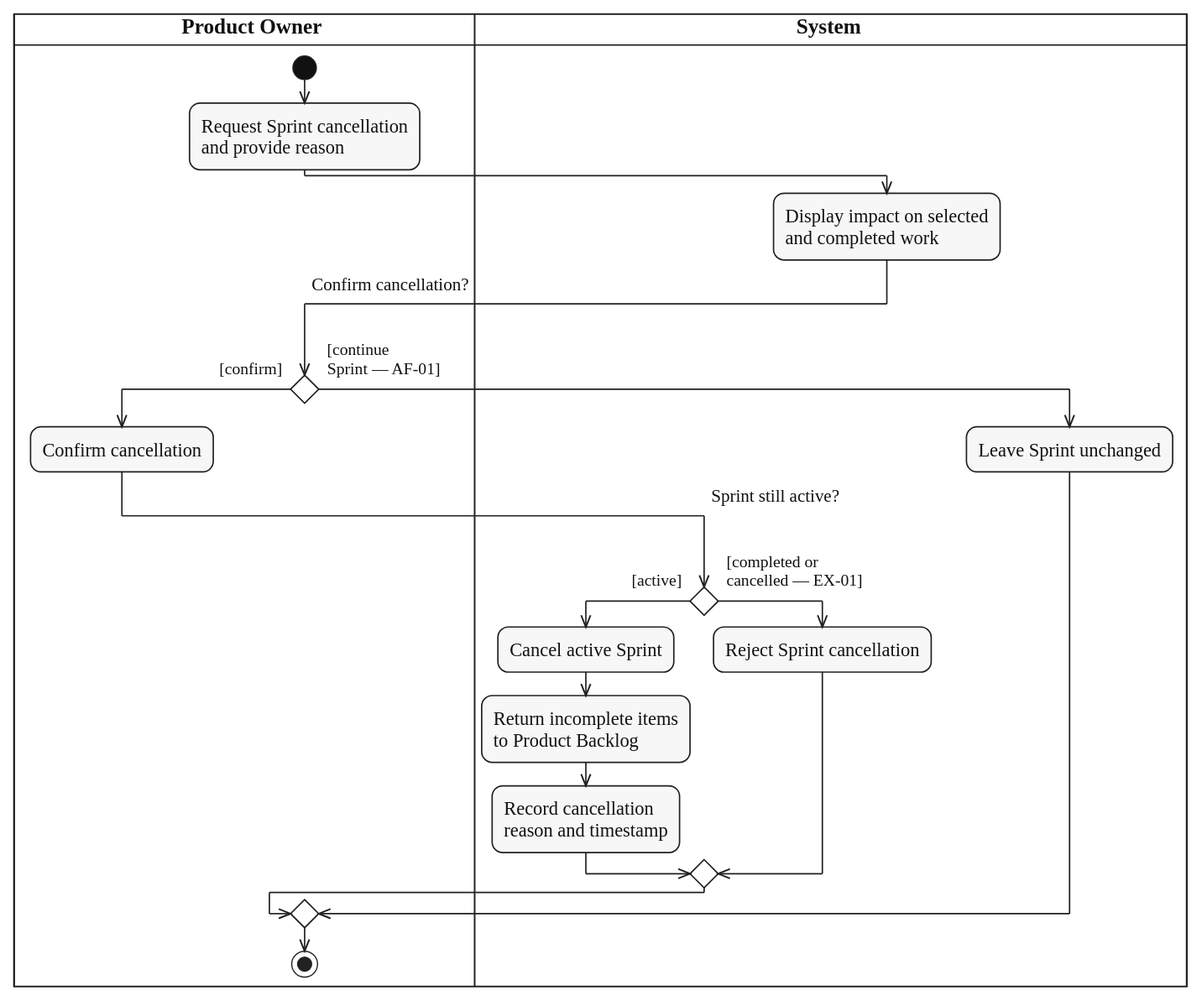
Before: diagrams/activity/sprint-management/svg/UC-SPRINT-CANCEL.svg, a diagram exported from PlantUML (lukenab/swd392-doc-automation). Its source is kept beside it as diagrams/activity/sprint-management/source/UC-SPRINT-CANCEL.puml.
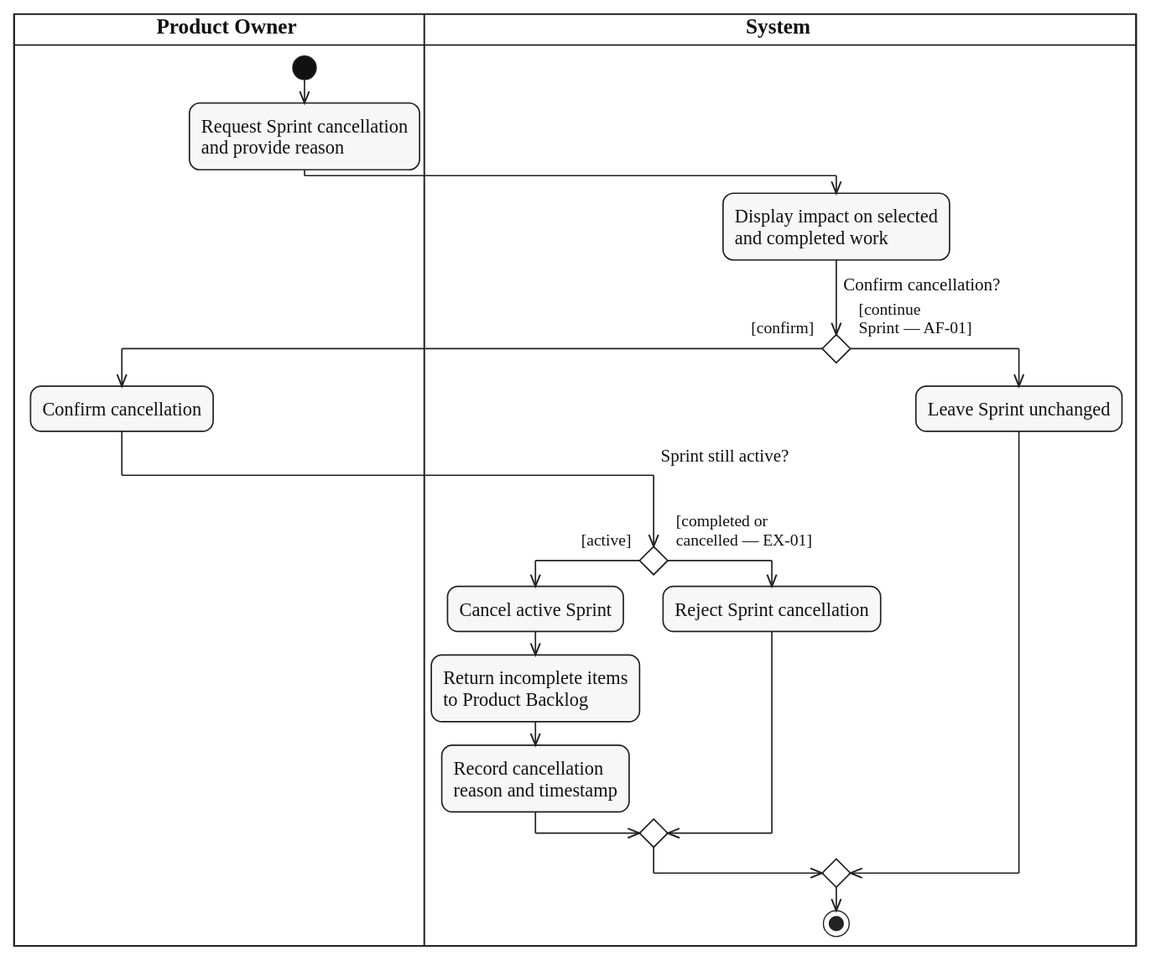
After the commit.

Diff of the diagram source:
```diff
@@ -10,8 +10,8 @@
 |SYS|
 :Display impact on selected
 and completed work;
-|PRO|
-if ($question_x("Confirm cancellation?")) then ($guard_left("[confirm]"))
+if ($question("Confirm cancellation?")) then ($guard_left("[confirm]"))
+  |PRO|
   :Confirm cancellation;
   |SYS|
   if ($question_x("Sprint still active?")) then ($guard_left("[active]"))
@@ -27,6 +27,6 @@
   |SYS|
   :Leave Sprint unchanged;
 endif
-|PRO|
+|SYS|
 stop
 @enduml
```
